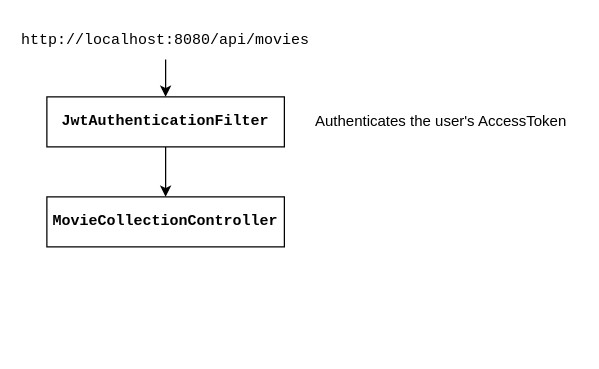
Before: page "REST flow" (3 of 5) of plans.drawio in sean-b765/hls-app, a draw.io diagram. Source tidied: cells renumbered, new cells numbered last; positions are measured from the earlier drawing's top-left corner, leaving out a move shared by most shapes. Both pictures are drawn from the tidied source at 125%, with x=0, y=0 at pixel (46, 21).
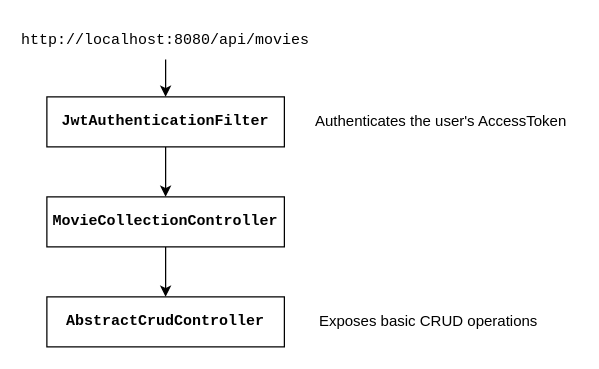
After the change.

The edit, as a diff of the source:
```diff
@@
 <mxGraphModel>
   <root>
     <mxCell id="0" />
     <mxCell id="1" parent="0" />
     <mxCell id="2" style="edgeStyle=none;html=1;exitX=0.5;exitY=1;exitDx=0;exitDy=0;entryX=0.5;entryY=0;entryDx=0;entryDy=0;" parent="1" edge="1" source="3" target="7">
       <mxGeometry relative="1" as="geometry" />
     </mxCell>
     <mxCell id="3" value="JwtAuthenticationFilter" style="rounded=0;whiteSpace=wrap;html=1;fontFamily=Courier New;fontStyle=1;" parent="1" vertex="1">
       <mxGeometry y="60" width="190" height="40" as="geometry" />
     </mxCell>
     <mxCell id="4" style="edgeStyle=none;html=1;entryX=0.5;entryY=0;entryDx=0;entryDy=0;fontFamily=Courier New;fontStyle=1;" parent="1" edge="1" source="5" target="3">
       <mxGeometry relative="1" as="geometry" />
     </mxCell>
     <mxCell id="5" value="http://localhost:8080/api/movies" style="text;html=1;align=center;verticalAlign=middle;whiteSpace=wrap;rounded=0;fontFamily=Courier New;" parent="1" vertex="1">
       <mxGeometry x="65" width="60" height="30" as="geometry" />
     </mxCell>
     <mxCell id="6" value="Authenticates the user's AccessToken" style="text;html=1;align=center;verticalAlign=middle;strokeColor=none;fillColor=none;" parent="1" vertex="1">
       <mxGeometry x="205" y="65" width="220" height="30" as="geometry" />
     </mxCell>
+    <mxCell id="8" style="edgeStyle=none;html=1;exitX=0.5;exitY=1;exitDx=0;exitDy=0;entryX=0.5;entryY=0;entryDx=0;entryDy=0;" parent="1" edge="1" source="7" target="9">
+      <mxGeometry relative="1" as="geometry" />
+    </mxCell>
     <mxCell id="7" value="MovieCollectionController" style="rounded=0;whiteSpace=wrap;html=1;fontFamily=Courier New;fontStyle=1;" parent="1" vertex="1">
       <mxGeometry y="140" width="190" height="40" as="geometry" />
     </mxCell>
+    <mxCell id="9" value="AbstractCrudController" style="rounded=0;whiteSpace=wrap;html=1;fontFamily=Courier New;fontStyle=1;" parent="1" vertex="1">
+      <mxGeometry y="220" width="190" height="40" as="geometry" />
+    </mxCell>
+    <mxCell id="10" value="Exposes basic CRUD operations" style="text;html=1;align=center;verticalAlign=middle;strokeColor=none;fillColor=none;" parent="1" vertex="1">
+      <mxGeometry x="205" y="225" width="200" height="30" as="geometry" />
+    </mxCell>
   </root>
 </mxGraphModel>
```
